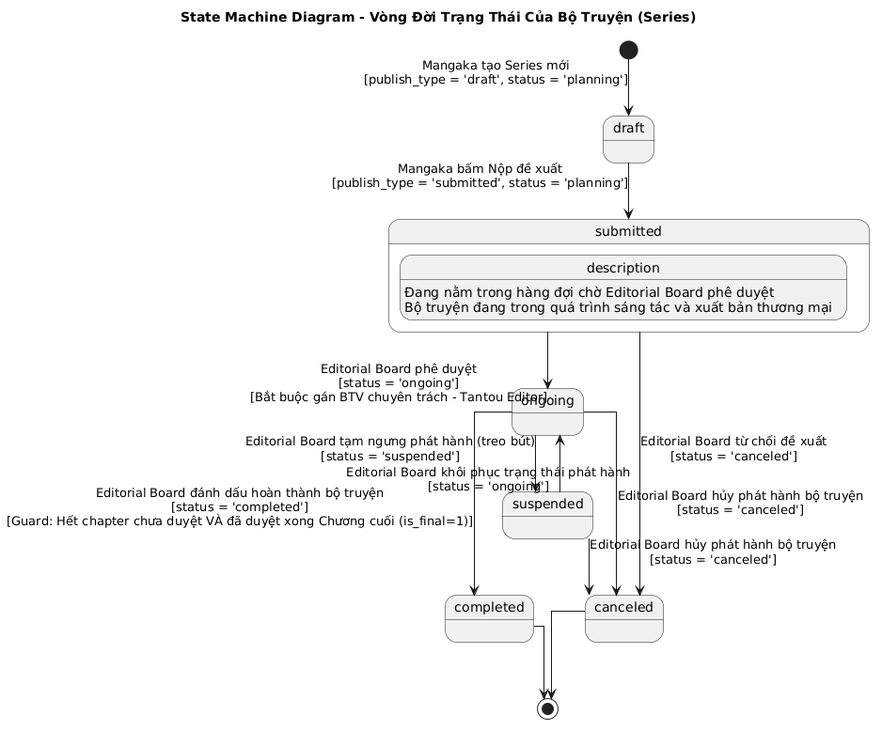
Before: assets/diagrams/Chapter3_IMAGE/State_Machine_Series.png, a diagram exported from PlantUML (trongtan0079/manga-workflow-report).
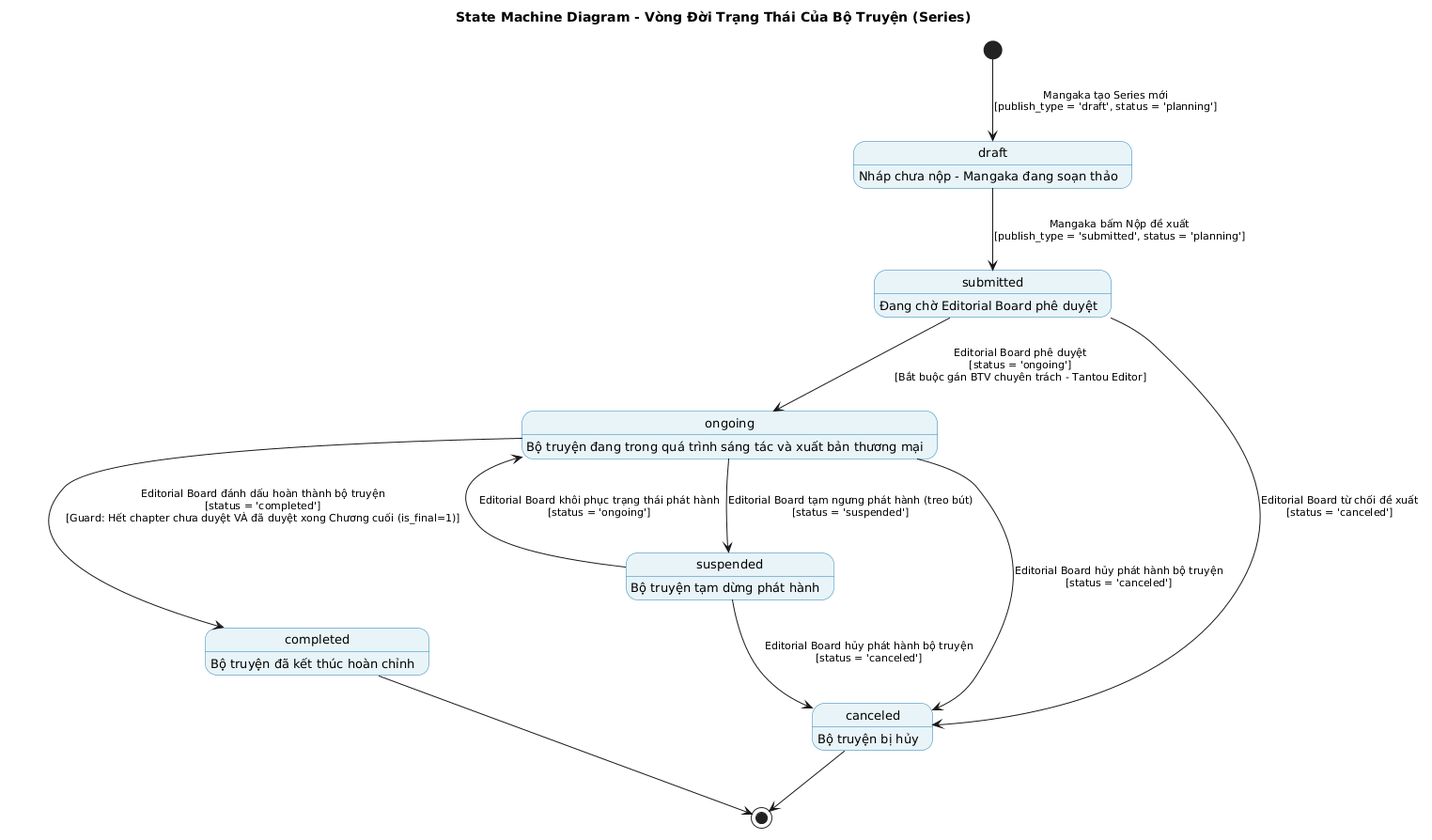
The same diagram one commit later.

The edit, as a diff of the source:
```diff
@@ -3,25 +3,30 @@
 
 skinparam backgroundColor white
 skinparam shadowing false
-skinparam linetype ortho
+skinparam state {
+    BackgroundColor #E8F4F8
+    BorderColor #2980B9
+    FontSize 13
+}
+skinparam ArrowFontSize 11
 
 [*] --> draft : Mangaka tạo Series mới\n[publish_type = 'draft', status = 'planning']
 
+draft : Nháp chưa nộp - Mangaka đang soạn thảo
+
 draft --> submitted : Mangaka bấm Nộp đề xuất\n[publish_type = 'submitted', status = 'planning']
 
-state submitted {
-    description : Đang nằm trong hàng đợi chờ Editorial Board phê duyệt
-}
+submitted : Đang chờ Editorial Board phê duyệt
 
 submitted --> ongoing : Editorial Board phê duyệt\n[status = 'ongoing']\n[Bắt buộc gán BTV chuyên trách - Tantou Editor]
 
 submitted --> canceled : Editorial Board từ chối đề xuất\n[status = 'canceled']
 
-state ongoing {
-    description : Bộ truyện đang trong quá trình sáng tác và xuất bản thương mại
-}
+ongoing : Bộ truyện đang trong quá trình sáng tác và xuất bản thương mại
 
 ongoing --> suspended : Editorial Board tạm ngưng phát hành (treo bút)\n[status = 'suspended']
+
+suspended : Bộ truyện tạm dừng phát hành
 
 suspended --> ongoing : Editorial Board khôi phục trạng thái phát hành\n[status = 'ongoing']
 
@@ -31,7 +36,10 @@
 
 suspended --> canceled : Editorial Board hủy phát hành bộ truyện\n[status = 'canceled']
 
+completed : Bộ truyện đã kết thúc hoàn chỉnh
+
+canceled : Bộ truyện bị hủy
+
 completed --> [*]
 canceled --> [*]
-
 @enduml
```
